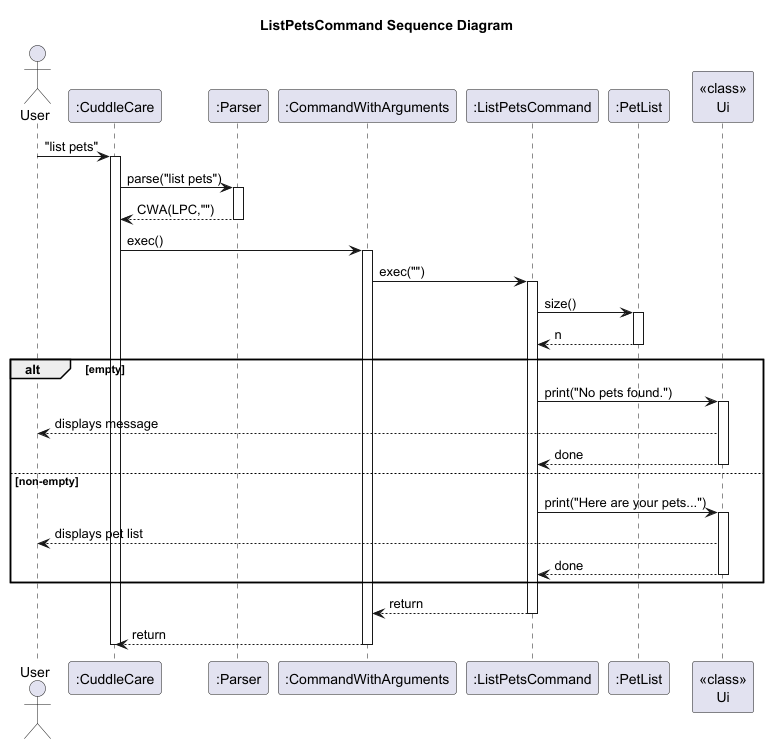
Before: docs/diagrams/ListPetsCommand_Sequence_Diagram.png, a diagram exported from PlantUML (Kevin88866/tp).
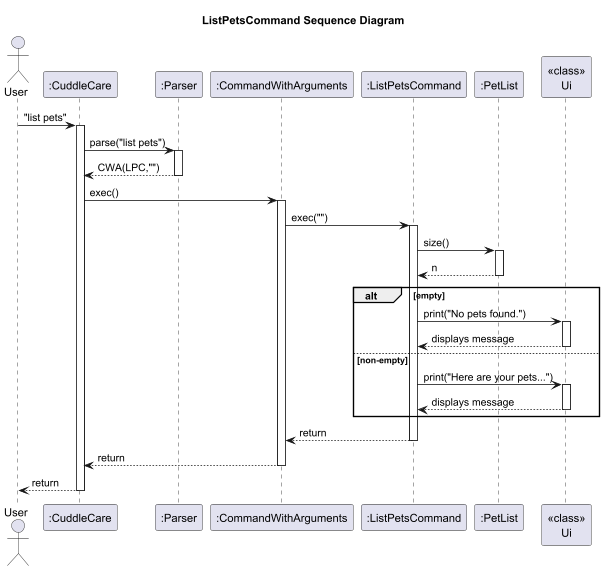
Above is the later version.

Commit message:
modify sequence diagram

Diff of the diagram source:
```diff
@@ -27,14 +27,12 @@
 alt empty
   LPC -> Ui : print("No pets found.")
   activate Ui
-  Ui --> User : displays message
-  Ui --> LPC : done
+  Ui --> LPC : displays message
   deactivate Ui
 else non-empty
   LPC -> Ui : print("Here are your pets...")
   activate Ui
-  Ui --> User : displays pet list
-  Ui --> LPC : done
+  Ui --> LPC : displays message
   deactivate Ui
 end
 
@@ -42,5 +40,6 @@
 deactivate LPC
 CWA --> CuddleCare : return
 deactivate CWA
+CuddleCare --> User : return
 deactivate CuddleCare
 @enduml
```
